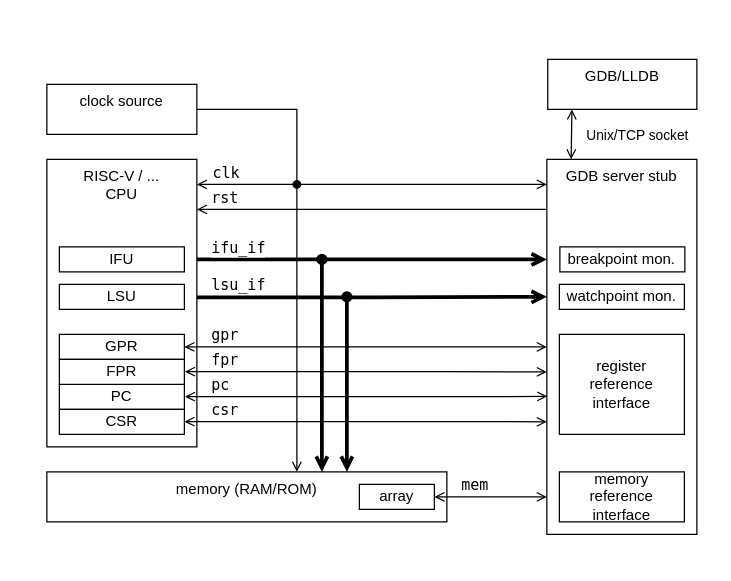
jeras/gdb_server_stub_sv keeps this draw.io diagram as page "block diagram" (1 of 2) of doc/gdb_server_stub.drawio. Above is the earlier version. Source tidied: cells renumbered, new cells numbered last; positions are measured from the earlier drawing's top-left corner, leaving out a move shared by most shapes. Both pictures are drawn from the tidied source at 125%, with x=0, y=0 at pixel (46, 59).
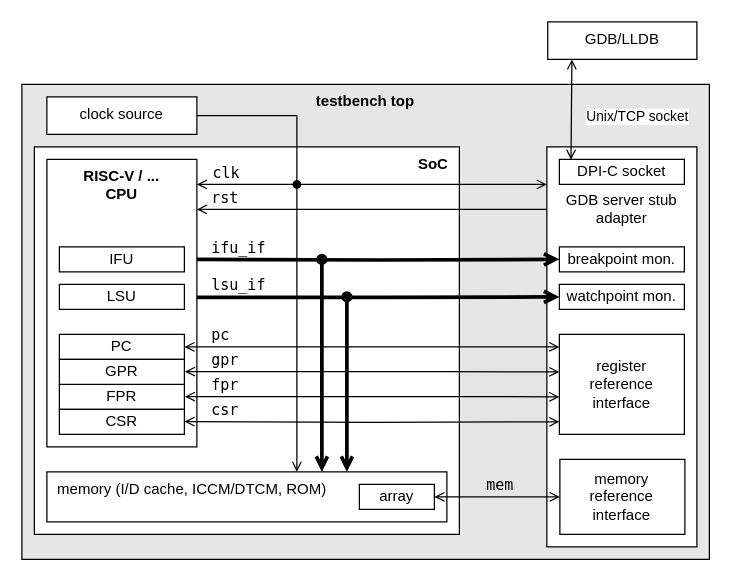
The same diagram, later.

Commit message (it also covers changes not shown here):
block diagram update

Unchanged cells that the change refers to:
```xml
<mxCell id="4" style="edgeStyle=orthogonalEdgeStyle;rounded=0;orthogonalLoop=1;jettySize=auto;html=1;endArrow=open;endFill=0;snapToPoint=1;startArrow=open;startFill=0;" parent="1" edge="1">
  <mxGeometry relative="1" as="geometry">
    <mxPoint x="120" y="100" as="sourcePoint" />
    <mxPoint x="400" y="100" as="targetPoint" />
  </mxGeometry>
</mxCell>
<mxCell id="26" value="watchpoint mon." style="rounded=0;whiteSpace=wrap;html=1;align=center;verticalAlign=middle;" parent="1" vertex="1">
  <mxGeometry x="410" y="180" width="100" height="20" as="geometry" />
</mxCell>
<mxCell id="27" value="register&lt;div&gt;reference&lt;/div&gt;&lt;div&gt;interface&lt;/div&gt;" style="rounded=0;whiteSpace=wrap;html=1;align=center;verticalAlign=middle;" parent="1" vertex="1">
  <mxGeometry x="410" y="220" width="100" height="80" as="geometry" />
</mxCell>
<mxCell id="41" value="array" style="rounded=0;whiteSpace=wrap;html=1;align=center;verticalAlign=middle;" parent="1" vertex="1">
  <mxGeometry x="250" y="340" width="60" height="20" as="geometry" />
</mxCell>
```

The edit, as a diff of the source:
```diff
@@
+    <mxCell id="42" value="&lt;b&gt;testbench top&lt;/b&gt;" style="rounded=0;whiteSpace=wrap;html=1;align=center;verticalAlign=top;fillColor=#E6E6E6;" parent="1" vertex="1">
+      <mxGeometry x="-20" y="20" width="550" height="380" as="geometry" />
+    </mxCell>
+    <mxCell id="43" value="&lt;b&gt;SoC&amp;nbsp;&amp;nbsp;&lt;/b&gt;" style="rounded=0;whiteSpace=wrap;html=1;align=right;verticalAlign=top;" parent="1" vertex="1">
+      <mxGeometry x="-10" y="70" width="340" height="310" as="geometry" />
+    </mxCell>
-    <mxCell id="2" value="GDB server stub" style="rounded=0;whiteSpace=wrap;html=1;align=center;verticalAlign=top;" parent="1" vertex="1">
-      <mxGeometry x="400" y="80" width="120" height="300" as="geometry" />
+    <mxCell id="2" value="&lt;div&gt;&lt;br&gt;&lt;/div&gt;&lt;div&gt;&lt;br&gt;&lt;/div&gt;GDB server stub&lt;div&gt;adapter&lt;/div&gt;" style="rounded=0;whiteSpace=wrap;html=1;align=center;verticalAlign=top;" parent="1" vertex="1">
+      <mxGeometry x="400" y="70" width="120" height="320" as="geometry" />
     </mxCell>
-    <mxCell id="3" value="RISC-V / ...&lt;div&gt;CPU&lt;/div&gt;" style="rounded=0;whiteSpace=wrap;html=1;align=center;verticalAlign=top;" parent="1" vertex="1">
+    <mxCell id="3" value="&lt;b&gt;RISC-V / ...&lt;/b&gt;&lt;div&gt;&lt;b&gt;CPU&lt;/b&gt;&lt;/div&gt;" style="rounded=0;whiteSpace=wrap;html=1;align=center;verticalAlign=top;" parent="1" vertex="1">
       <mxGeometry y="80" width="120" height="230" as="geometry" />
     </mxCell>
@@
-    <mxCell id="5" value="clk" style="edgeLabel;html=1;align=left;verticalAlign=middle;fontSize=12;fontFamily=monospace;rounded=0;" parent="4" vertex="1">
+    <mxCell id="5" value="clk" style="edgeLabel;html=1;align=left;verticalAlign=middle;fontSize=12;fontFamily=monospace;rounded=0;labelBackgroundColor=none;" parent="4" vertex="1">
       <mxGeometry x="0.67" relative="1" as="geometry">
         <mxPoint x="-223" y="-10" as="offset" />
       </mxGeometry>
     </mxCell>
-    <mxCell id="6" style="edgeStyle=orthogonalEdgeStyle;rounded=0;orthogonalLoop=1;jettySize=auto;html=1;strokeWidth=3;fontSize=12;endArrow=open;endFill=0;snapToPoint=1;" parent="1" edge="1">
+    <mxCell id="6" style="edgeStyle=orthogonalEdgeStyle;rounded=0;jettySize=auto;html=1;strokeWidth=3;fontSize=12;endArrow=open;endFill=0;snapToPoint=1;entryX=0;entryY=0.5;entryDx=0;entryDy=0;" parent="1" edge="1" target="25">
       <mxGeometry relative="1" as="geometry">
         <mxPoint x="120" y="160" as="sourcePoint" />
-        <mxPoint x="400" y="160" as="targetPoint" />
       </mxGeometry>
     </mxCell>
-    <mxCell id="7" style="edgeStyle=orthogonalEdgeStyle;rounded=0;jettySize=auto;html=1;exitX=1;exitY=0.5;exitDx=0;exitDy=0;fontSize=12;endArrow=open;endFill=0;snapToPoint=1;startArrow=open;startFill=0;" parent="1" edge="1" source="21">
-      <mxGeometry relative="1" as="geometry">
-        <mxPoint x="400" y="230" as="targetPoint" />
-        <Array as="points">
-          <mxPoint x="330" y="230" />
-          <mxPoint x="330" y="230" />
-        </Array>
-      </mxGeometry>
+    <mxCell id="7" style="edgeStyle=orthogonalEdgeStyle;rounded=0;jettySize=auto;html=1;exitX=1;exitY=0.5;exitDx=0;exitDy=0;fontSize=12;endArrow=open;endFill=0;snapToPoint=1;startArrow=open;startFill=0;entryX=0;entryY=0.125;entryDx=0;entryDy=0;entryPerimeter=0;" parent="1" edge="1" source="21" target="27">
+      <mxGeometry relative="1" as="geometry" />
     </mxCell>
     <mxCell id="8" style="endArrow=none;startArrow=oval;html=1;rounded=0;entryX=1;entryY=0.5;entryDx=0;entryDy=0;startFill=1;endFill=0;" parent="1" edge="1" target="14">
       <mxGeometry relative="1" as="geometry">
         <mxPoint x="200" y="100" as="sourcePoint" />
         <Array as="points">
-          <mxPoint x="200" y="40" />
+          <mxPoint x="200" y="45" />
         </Array>
       </mxGeometry>
     </mxCell>
@@
     <mxCell id="11" value="GDB/LLDB" style="rounded=0;whiteSpace=wrap;html=1;align=center;verticalAlign=top;" parent="1" vertex="1">
-      <mxGeometry x="400.7" width="119.3" height="40" as="geometry" />
+      <mxGeometry x="400.7" y="-30" width="119.3" height="30" as="geometry" />
     </mxCell>
-    <mxCell id="12" style="endArrow=open;startArrow=open;html=1;rounded=0;startFill=0;endFill=0;exitX=0.162;exitY=0;exitDx=0;exitDy=0;snapToPoint=1;exitPerimeter=0;entryX=0.162;entryY=1;entryDx=0;entryDy=0;entryPerimeter=0;" parent="1" edge="1" source="2" target="11">
+    <mxCell id="12" style="endArrow=open;startArrow=open;html=1;rounded=0;startFill=0;endFill=0;exitX=0.093;exitY=0.017;exitDx=0;exitDy=0;snapToPoint=1;exitPerimeter=0;entryX=0.162;entryY=1;entryDx=0;entryDy=0;entryPerimeter=0;" parent="1" edge="1" source="44" target="11">
       <mxGeometry relative="1" as="geometry" />
     </mxCell>
     <mxCell id="13" value="Unix/TCP socket" style="edgeLabel;html=1;align=left;verticalAlign=middle;rotation=0;rounded=0;" parent="1" vertex="1">
-      <mxGeometry x="430" y="60" as="geometry" />
+      <mxGeometry x="430" y="45" as="geometry" />
     </mxCell>
     <mxCell id="14" value="clock source" style="rounded=0;whiteSpace=wrap;html=1;align=center;verticalAlign=top;" parent="1" vertex="1">
-      <mxGeometry y="20" width="120" height="40" as="geometry" />
+      <mxGeometry y="30" width="120" height="30" as="geometry" />
     </mxCell>
-    <mxCell id="15" value="rst" style="edgeLabel;html=1;align=left;verticalAlign=middle;fontSize=12;fontFamily=monospace;rounded=0;" parent="1" vertex="1">
+    <mxCell id="15" value="rst" style="edgeLabel;html=1;align=left;verticalAlign=middle;fontSize=12;fontFamily=monospace;rounded=0;labelBackgroundColor=none;" parent="1" vertex="1">
       <mxGeometry x="130" y="110" as="geometry" />
     </mxCell>
-    <mxCell id="16" value="ifu_if" style="edgeLabel;html=1;align=left;verticalAlign=middle;fontSize=12;fontFamily=monospace;rounded=0;" parent="1" vertex="1">
+    <mxCell id="16" value="ifu_if" style="edgeLabel;html=1;align=left;verticalAlign=middle;fontSize=12;fontFamily=monospace;rounded=0;labelBackgroundColor=none;" parent="1" vertex="1">
       <mxGeometry x="130" y="150" as="geometry" />
     </mxCell>
-    <mxCell id="17" style="edgeStyle=orthogonalEdgeStyle;rounded=0;jettySize=auto;html=1;strokeWidth=3;fontSize=12;endArrow=open;endFill=0;snapToPoint=1;exitX=1;exitY=0.48;exitDx=0;exitDy=0;exitPerimeter=0;" parent="1" edge="1" source="3">
-      <mxGeometry relative="1" as="geometry">
-        <mxPoint x="400" y="190" as="targetPoint" />
-      </mxGeometry>
+    <mxCell id="17" style="edgeStyle=orthogonalEdgeStyle;rounded=0;jettySize=auto;html=1;strokeWidth=3;fontSize=12;endArrow=open;endFill=0;snapToPoint=1;exitX=1;exitY=0.48;exitDx=0;exitDy=0;exitPerimeter=0;entryX=0;entryY=0.5;entryDx=0;entryDy=0;" parent="1" edge="1" source="3" target="26">
+      <mxGeometry relative="1" as="geometry" />
     </mxCell>
@@
-    <mxCell id="21" value="GPR" style="rounded=0;whiteSpace=wrap;html=1;align=center;verticalAlign=middle;" parent="1" vertex="1">
+    <mxCell id="21" value="PC" style="rounded=0;whiteSpace=wrap;html=1;align=center;verticalAlign=middle;" parent="1" vertex="1">
       <mxGeometry x="10" y="220" width="100" height="20" as="geometry" />
     </mxCell>
-    <mxCell id="22" value="PC" style="rounded=0;whiteSpace=wrap;html=1;align=center;verticalAlign=middle;" parent="1" vertex="1">
+    <mxCell id="22" value="FPR" style="rounded=0;whiteSpace=wrap;html=1;align=center;verticalAlign=middle;" parent="1" vertex="1">
       <mxGeometry x="10" y="260" width="100" height="20" as="geometry" />
     </mxCell>
@@
-    <mxCell id="24" value="FPR" style="rounded=0;whiteSpace=wrap;html=1;align=center;verticalAlign=middle;" parent="1" vertex="1">
+    <mxCell id="24" value="GPR" style="rounded=0;whiteSpace=wrap;html=1;align=center;verticalAlign=middle;" parent="1" vertex="1">
       <mxGeometry x="10" y="240" width="100" height="20" as="geometry" />
     </mxCell>
     <mxCell id="25" value="breakpoint mon." style="rounded=0;whiteSpace=wrap;html=1;align=center;verticalAlign=middle;" parent="1" vertex="1">
-      <mxGeometry x="410.4" y="150" width="100" height="20" as="geometry" />
+      <mxGeometry x="410" y="150" width="100" height="20" as="geometry" />
     </mxCell>
@@
-    <mxCell id="28" style="edgeStyle=orthogonalEdgeStyle;rounded=0;orthogonalLoop=1;jettySize=auto;html=1;exitX=1;exitY=0.5;exitDx=0;exitDy=0;fontSize=12;endArrow=open;endFill=0;snapToPoint=1;startArrow=open;startFill=0;" parent="1" edge="1">
+    <mxCell id="28" style="edgeStyle=orthogonalEdgeStyle;rounded=0;jettySize=auto;html=1;exitX=1;exitY=0.5;exitDx=0;exitDy=0;fontSize=12;endArrow=open;endFill=0;snapToPoint=1;startArrow=open;startFill=0;entryX=0;entryY=0.375;entryDx=0;entryDy=0;entryPerimeter=0;" parent="1" edge="1" target="27">
       <mxGeometry relative="1" as="geometry">
         <mxPoint x="110.4" y="249.8" as="sourcePoint" />
-        <mxPoint x="400" y="250" as="targetPoint" />
         <Array as="points">
           <mxPoint x="320" y="250" />
         </Array>
       </mxGeometry>
     </mxCell>
-    <mxCell id="29" style="edgeStyle=orthogonalEdgeStyle;rounded=0;jettySize=auto;html=1;exitX=1;exitY=0.5;exitDx=0;exitDy=0;fontSize=12;endArrow=open;endFill=0;snapToPoint=1;startArrow=open;startFill=0;entryX=0.003;entryY=0.632;entryDx=0;entryDy=0;entryPerimeter=0;" parent="1" edge="1" target="2">
+    <mxCell id="29" style="edgeStyle=orthogonalEdgeStyle;rounded=0;jettySize=auto;html=1;exitX=1;exitY=0.5;exitDx=0;exitDy=0;fontSize=12;endArrow=open;endFill=0;snapToPoint=1;startArrow=open;startFill=0;entryX=0;entryY=0.625;entryDx=0;entryDy=0;entryPerimeter=0;" parent="1" edge="1" target="27">
       <mxGeometry relative="1" as="geometry">
         <mxPoint x="110.4" y="269.8" as="sourcePoint" />
         <Array as="points">
           <mxPoint x="350" y="270" />
-          <mxPoint x="398" y="270" />
         </Array>
       </mxGeometry>
     </mxCell>
-    <mxCell id="30" style="edgeStyle=orthogonalEdgeStyle;rounded=0;jettySize=auto;html=1;exitX=1;exitY=0.5;exitDx=0;exitDy=0;fontSize=12;endArrow=open;endFill=0;snapToPoint=1;startArrow=open;startFill=0;entryX=0;entryY=0.7;entryDx=0;entryDy=0;entryPerimeter=0;" parent="1" edge="1" target="2">
+    <mxCell id="30" style="edgeStyle=orthogonalEdgeStyle;rounded=0;orthogonalLoop=1;jettySize=auto;html=1;exitX=1;exitY=0.5;exitDx=0;exitDy=0;fontSize=12;endArrow=open;endFill=0;snapToPoint=1;startArrow=open;startFill=0;" parent="1" edge="1">
       <mxGeometry relative="1" as="geometry">
         <mxPoint x="110" y="289.8" as="sourcePoint" />
-        <Array as="points">
-          <mxPoint x="360" y="290" />
-        </Array>
+        <mxPoint x="410" y="290" as="targetPoint" />
       </mxGeometry>
     </mxCell>
-    <mxCell id="31" value="gpr" style="edgeLabel;html=1;align=left;verticalAlign=middle;fontSize=12;fontFamily=monospace;rounded=0;" parent="1" vertex="1">
+    <mxCell id="31" value="pc" style="edgeLabel;html=1;align=left;verticalAlign=middle;fontSize=12;fontFamily=monospace;rounded=0;labelBackgroundColor=none;" parent="1" vertex="1">
       <mxGeometry x="130" y="220" as="geometry" />
     </mxCell>
-    <mxCell id="32" value="fpr" style="edgeLabel;html=1;align=left;verticalAlign=middle;fontSize=12;fontFamily=monospace;rounded=0;" parent="1" vertex="1">
+    <mxCell id="32" value="gpr" style="edgeLabel;html=1;align=left;verticalAlign=middle;fontSize=12;fontFamily=monospace;rounded=0;labelBackgroundColor=none;" parent="1" vertex="1">
       <mxGeometry x="130" y="240" as="geometry" />
     </mxCell>
-    <mxCell id="33" value="pc" style="edgeLabel;html=1;align=left;verticalAlign=middle;fontSize=12;fontFamily=monospace;rounded=0;" parent="1" vertex="1">
+    <mxCell id="33" value="fpr" style="edgeLabel;html=1;align=left;verticalAlign=middle;fontSize=12;fontFamily=monospace;rounded=0;labelBackgroundColor=none;" parent="1" vertex="1">
       <mxGeometry x="130" y="260" as="geometry" />
     </mxCell>
-    <mxCell id="34" value="csr" style="edgeLabel;html=1;align=left;verticalAlign=middle;fontSize=12;fontFamily=monospace;rounded=0;" parent="1" vertex="1">
+    <mxCell id="34" value="csr" style="edgeLabel;html=1;align=left;verticalAlign=middle;fontSize=12;fontFamily=monospace;rounded=0;labelBackgroundColor=none;" parent="1" vertex="1">
       <mxGeometry x="130" y="280" as="geometry" />
     </mxCell>
-    <mxCell id="35" value="memory (RAM/ROM)" style="rounded=0;whiteSpace=wrap;html=1;align=center;verticalAlign=top;" parent="1" vertex="1">
+    <mxCell id="35" value="&amp;nbsp; memory (I/D cache, ICCM/DTCM, ROM)" style="rounded=0;whiteSpace=wrap;html=1;align=left;verticalAlign=top;" parent="1" vertex="1">
       <mxGeometry y="330" width="320" height="40" as="geometry" />
     </mxCell>
@@
     <mxCell id="38" value="memory&lt;div&gt;reference&lt;/div&gt;&lt;div&gt;interface&lt;/div&gt;" style="rounded=0;whiteSpace=wrap;html=1;align=center;verticalAlign=middle;" parent="1" vertex="1">
-      <mxGeometry x="410" y="330" width="100" height="40" as="geometry" />
+      <mxGeometry x="410.4" y="320" width="100" height="60" as="geometry" />
     </mxCell>
-    <mxCell id="39" style="edgeStyle=orthogonalEdgeStyle;rounded=0;jettySize=auto;html=1;fontSize=12;endArrow=open;endFill=0;snapToPoint=1;startArrow=open;startFill=0;exitX=1;exitY=0.5;exitDx=0;exitDy=0;" parent="1" edge="1" source="41">
-      <mxGeometry relative="1" as="geometry">
-        <mxPoint x="400" y="350" as="targetPoint" />
-      </mxGeometry>
+    <mxCell id="39" style="edgeStyle=orthogonalEdgeStyle;rounded=0;jettySize=auto;html=1;fontSize=12;endArrow=open;endFill=0;snapToPoint=1;startArrow=open;startFill=0;exitX=1;exitY=0.5;exitDx=0;exitDy=0;entryX=0;entryY=0.5;entryDx=0;entryDy=0;" parent="1" edge="1" source="41" target="38">
+      <mxGeometry relative="1" as="geometry" />
     </mxCell>
-    <mxCell id="40" value="mem" style="edgeLabel;html=1;align=left;verticalAlign=middle;fontSize=12;fontFamily=monospace;rounded=0;" parent="1" vertex="1">
-      <mxGeometry x="330" y="340" as="geometry" />
+    <mxCell id="40" value="mem" style="edgeLabel;html=1;align=left;verticalAlign=middle;fontSize=12;fontFamily=monospace;rounded=0;labelBackgroundColor=none;" parent="1" vertex="1">
+      <mxGeometry x="350" y="340" as="geometry" />
     </mxCell>
@@
+    <mxCell id="44" value="DPI-C socket" style="rounded=0;whiteSpace=wrap;html=1;align=center;verticalAlign=middle;" parent="1" vertex="1">
+      <mxGeometry x="410" y="80" width="100" height="20" as="geometry" />
+    </mxCell>
```
